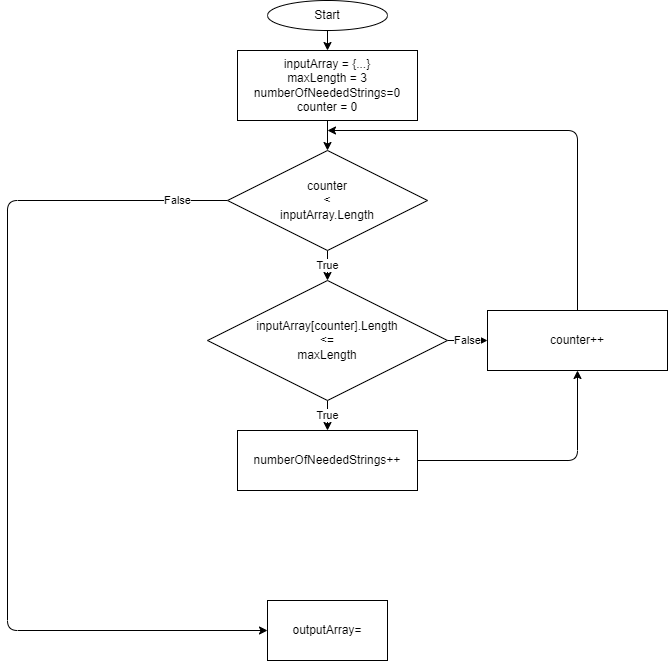
This is Algorithm.drawio.png from Egornn/Practicum_C_shapr, a draw.io export, as it was before one commit. Source tidied: cells renumbered, new cells last; positions are measured from the earlier drawing's top-left corner, leaving out a move shared by most shapes.
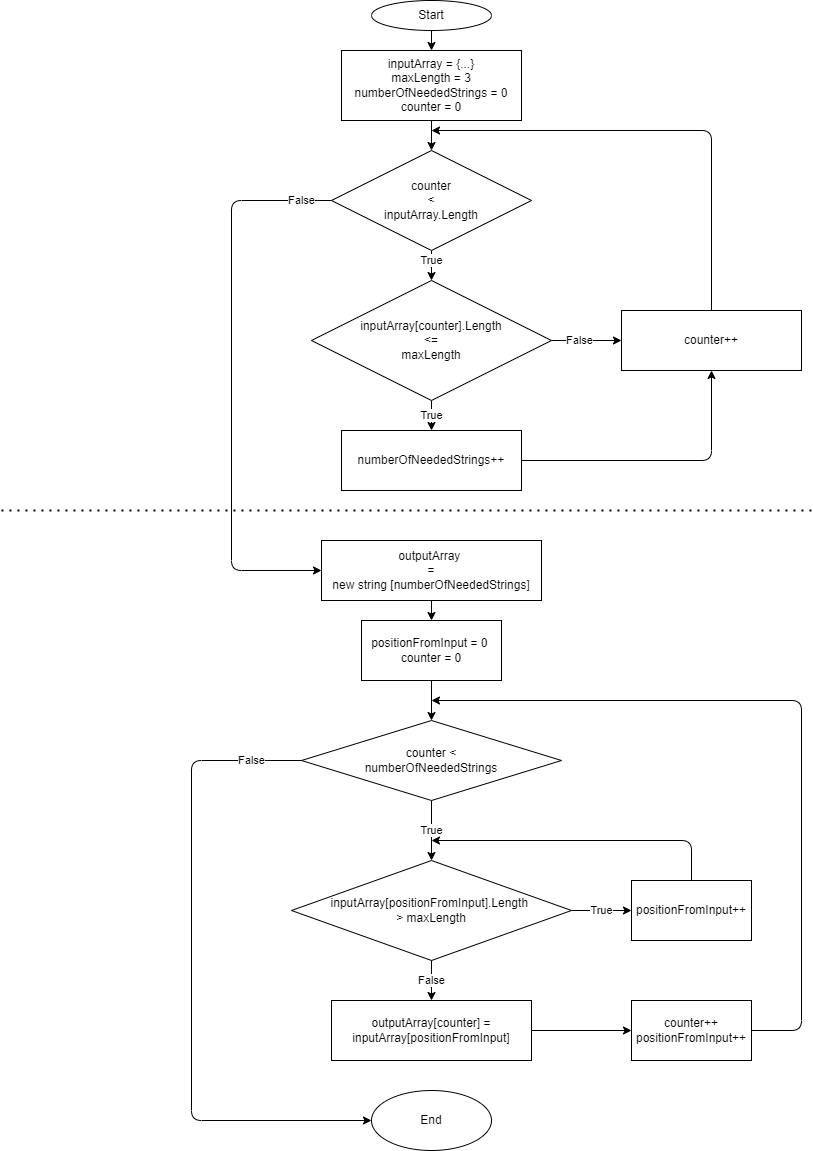
After the commit.

Commit message:
filling in the output

Diff of the diagram source:
```diff
@@ -11,17 +11,17 @@
     <mxCell id="4" style="edgeStyle=none;html=1;" parent="1" edge="1" source="5" target="8">
       <mxGeometry relative="1" as="geometry" />
     </mxCell>
-    <mxCell id="5" value="inputArray = {...}&lt;br&gt;maxLength = 3&lt;br&gt;numberOfNeededStrings=0&lt;br&gt;counter = 0" style="rounded=0;whiteSpace=wrap;html=1;" parent="1" vertex="1">
+    <mxCell id="5" value="inputArray = {...}&lt;br&gt;maxLength = 3&lt;br&gt;numberOfNeededStrings = 0&lt;br&gt;counter = 0" style="rounded=0;whiteSpace=wrap;html=1;" parent="1" vertex="1">
       <mxGeometry x="230" y="50" width="180" height="70" as="geometry" />
     </mxCell>
     <mxCell id="6" value="True" style="edgeStyle=none;html=1;" parent="1" edge="1" source="8" target="11">
-      <mxGeometry relative="1" as="geometry" />
+      <mxGeometry x="-0.33" relative="1" as="geometry" />
     </mxCell>
     <mxCell id="7" value="False" style="edgeStyle=none;html=1;" parent="1" edge="1" source="8" target="16">
       <mxGeometry x="-0.89" relative="1" as="geometry">
         <Array as="points">
-          <mxPoint y="200" />
-          <mxPoint y="630" />
+          <mxPoint x="120" y="200" />
+          <mxPoint x="120" y="570" />
         </Array>
       </mxGeometry>
     </mxCell>
@@ -32,7 +32,7 @@
       <mxGeometry relative="1" as="geometry" />
     </mxCell>
     <mxCell id="10" value="False" style="edgeStyle=none;html=1;" parent="1" edge="1" source="11" target="15">
-      <mxGeometry relative="1" as="geometry" />
+      <mxGeometry x="-0.2" relative="1" as="geometry" />
     </mxCell>
     <mxCell id="11" value="inputArray[counter].Length&lt;br&gt;&amp;lt;=&lt;br&gt;maxLength" style="rhombus;whiteSpace=wrap;html=1;" parent="1" vertex="1">
       <mxGeometry x="200" y="280" width="240" height="120" as="geometry" />
@@ -40,7 +40,7 @@
     <mxCell id="12" style="edgeStyle=none;html=1;entryX=0.5;entryY=1;entryDx=0;entryDy=0;" parent="1" edge="1" source="13" target="15">
       <mxGeometry relative="1" as="geometry">
         <Array as="points">
-          <mxPoint x="570" y="460" />
+          <mxPoint x="600" y="460" />
         </Array>
       </mxGeometry>
     </mxCell>
@@ -51,15 +51,85 @@
       <mxGeometry relative="1" as="geometry">
         <mxPoint x="320" y="130" as="targetPoint" />
         <Array as="points">
-          <mxPoint x="570" y="130" />
+          <mxPoint x="600" y="130" />
         </Array>
       </mxGeometry>
     </mxCell>
     <mxCell id="15" value="counter++" style="rounded=0;whiteSpace=wrap;html=1;" parent="1" vertex="1">
-      <mxGeometry x="480" y="310" width="180" height="60" as="geometry" />
+      <mxGeometry x="510" y="310" width="180" height="60" as="geometry" />
     </mxCell>
+    <mxCell id="17" style="edgeStyle=none;html=1;" parent="1" edge="1" source="16" target="19">
+      <mxGeometry relative="1" as="geometry" />
+    </mxCell>
-    <mxCell id="16" value="outputArray=" style="whiteSpace=wrap;html=1;" parent="1" vertex="1">
-      <mxGeometry x="260" y="600" width="120" height="60" as="geometry" />
+    <mxCell id="16" value="outputArray &lt;br&gt;=&lt;br&gt;new string [numberOfNeededStrings]" style="whiteSpace=wrap;html=1;" parent="1" vertex="1">
+      <mxGeometry x="210" y="540" width="220" height="60" as="geometry" />
     </mxCell>
+    <mxCell id="18" style="edgeStyle=none;html=1;" parent="1" edge="1" source="19" target="22">
+      <mxGeometry relative="1" as="geometry" />
+    </mxCell>
+    <mxCell id="19" value="positionFromInput = 0 &lt;br&gt;counter = 0" style="whiteSpace=wrap;html=1;" parent="1" vertex="1">
+      <mxGeometry x="250" y="620" width="140" height="60" as="geometry" />
+    </mxCell>
+    <mxCell id="20" value="False" style="edgeStyle=none;html=1;" parent="1" edge="1" source="22" target="23">
+      <mxGeometry x="-0.85" relative="1" as="geometry">
+        <Array as="points">
+          <mxPoint x="80" y="760" />
+          <mxPoint x="80" y="1120" />
+        </Array>
+      </mxGeometry>
+    </mxCell>
+    <mxCell id="21" value="True" style="edgeStyle=none;html=1;" parent="1" edge="1" source="22" target="26">
+      <mxGeometry relative="1" as="geometry" />
+    </mxCell>
+    <mxCell id="22" value="counter &amp;lt;&lt;br&gt;numberOfNeededStrings" style="rhombus;whiteSpace=wrap;html=1;" parent="1" vertex="1">
+      <mxGeometry x="190" y="720" width="260" height="80" as="geometry" />
+    </mxCell>
+    <mxCell id="23" value="End" style="ellipse;whiteSpace=wrap;html=1;" parent="1" vertex="1">
+      <mxGeometry x="260" y="1090" width="120" height="60" as="geometry" />
+    </mxCell>
+    <mxCell id="24" value="True" style="edgeStyle=none;html=1;" parent="1" edge="1" source="26" target="28">
+      <mxGeometry relative="1" as="geometry" />
+    </mxCell>
+    <mxCell id="25" value="False" style="edgeStyle=none;html=1;" parent="1" edge="1" source="26" target="30">
+      <mxGeometry relative="1" as="geometry" />
+    </mxCell>
+    <mxCell id="26" value="inputArray[positionFromInput].Length &lt;br&gt;&amp;gt; maxLength" style="rhombus;whiteSpace=wrap;html=1;" parent="1" vertex="1">
+      <mxGeometry x="180" y="860" width="280" height="100" as="geometry" />
+    </mxCell>
+    <mxCell id="27" style="edgeStyle=none;html=1;" parent="1" edge="1" source="28">
+      <mxGeometry relative="1" as="geometry">
+        <mxPoint x="320" y="840" as="targetPoint" />
+        <Array as="points">
+          <mxPoint x="580" y="840" />
+        </Array>
+      </mxGeometry>
+    </mxCell>
+    <mxCell id="28" value="positionFromInput++" style="whiteSpace=wrap;html=1;" parent="1" vertex="1">
+      <mxGeometry x="520" y="880" width="120" height="60" as="geometry" />
+    </mxCell>
+    <mxCell id="29" style="edgeStyle=none;html=1;" parent="1" edge="1" source="30" target="32">
+      <mxGeometry relative="1" as="geometry" />
+    </mxCell>
+    <mxCell id="30" value="outputArray[counter] = inputArray[positionFromInput]" style="whiteSpace=wrap;html=1;" parent="1" vertex="1">
+      <mxGeometry x="220" y="1000" width="200" height="60" as="geometry" />
+    </mxCell>
+    <mxCell id="31" style="edgeStyle=none;html=1;" parent="1" edge="1" source="32">
+      <mxGeometry relative="1" as="geometry">
+        <mxPoint x="320" y="700" as="targetPoint" />
+        <Array as="points">
+          <mxPoint x="690" y="1030" />
+          <mxPoint x="690" y="700" />
+        </Array>
+      </mxGeometry>
+    </mxCell>
+    <mxCell id="32" value="&lt;span&gt;counter++&lt;br&gt;positionFromInput++&lt;/span&gt;" style="whiteSpace=wrap;html=1;" parent="1" vertex="1">
+      <mxGeometry x="520" y="1000" width="120" height="60" as="geometry" />
+    </mxCell>
+    <mxCell id="33" style="endArrow=none;dashed=1;html=1;dashPattern=1 3;strokeWidth=2;" parent="1" edge="1">
+      <mxGeometry relative="1" as="geometry">
+        <mxPoint x="700" y="510" as="sourcePoint" />
+        <mxPoint x="-110" y="510" as="targetPoint" />
+      </mxGeometry>
+    </mxCell>
   </root>
 </mxGraphModel>
```
